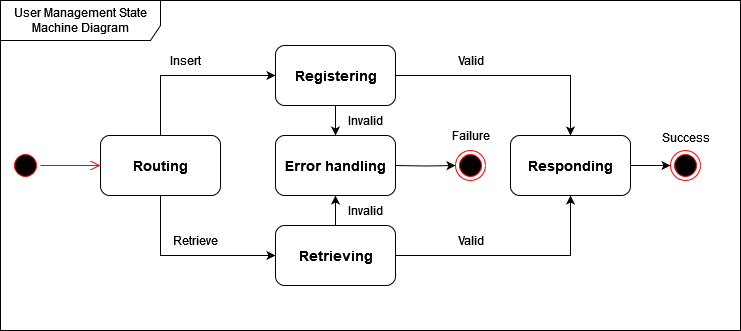
Earlier version of the draw.io export Assets/M3/Notification_SM.drawio.png (uvic-teach/project-m1-team9). Source tidied: cells renumbered, new cells last; positions are measured from the earlier drawing's top-left corner, leaving out a move shared by most shapes.
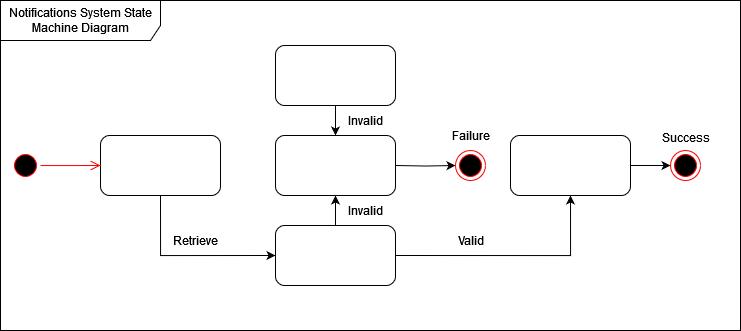
After the change.

Diff of the diagram source:
```diff
@@ -8,27 +8,15 @@
     <mxCell id="3" style="edgeStyle=orthogonalEdgeStyle;rounded=0;jettySize=auto;html=1;exitX=0.5;exitY=1;exitDx=0;exitDy=0;entryX=0;entryY=0.5;entryDx=0;entryDy=0;" parent="1" edge="1" source="5" target="13">
       <mxGeometry relative="1" as="geometry" />
     </mxCell>
-    <mxCell id="4" style="edgeStyle=orthogonalEdgeStyle;rounded=0;jettySize=auto;html=1;exitX=0.5;exitY=0;exitDx=0;exitDy=0;entryX=0;entryY=0.5;entryDx=0;entryDy=0;" parent="1" edge="1" source="5" target="9">
-      <mxGeometry relative="1" as="geometry" />
-    </mxCell>
     <mxCell id="5" style="rounded=1;whiteSpace=wrap;html=1;" parent="1" vertex="1">
       <mxGeometry x="100" y="135" width="120" height="60" as="geometry" />
     </mxCell>
-    <mxCell id="6" value="&lt;font style=&quot;font-size: 14px;&quot;&gt;Routing&lt;/font&gt;" style="text;align=center;fontStyle=1;verticalAlign=middle;spacingLeft=3;spacingRight=3;strokeColor=none;html=1;" parent="1" vertex="1">
-      <mxGeometry x="120" y="152" width="80" height="26" as="geometry" />
-    </mxCell>
-    <mxCell id="7" style="edgeStyle=orthogonalEdgeStyle;rounded=0;jettySize=auto;html=1;exitX=1;exitY=0.5;exitDx=0;exitDy=0;" parent="1" edge="1" source="9" target="16">
-      <mxGeometry relative="1" as="geometry" />
-    </mxCell>
     <mxCell id="8" style="edgeStyle=orthogonalEdgeStyle;rounded=0;jettySize=auto;html=1;exitX=0.5;exitY=1;exitDx=0;exitDy=0;entryX=0.5;entryY=0;entryDx=0;entryDy=0;" parent="1" edge="1" source="9" target="23">
       <mxGeometry relative="1" as="geometry" />
     </mxCell>
     <mxCell id="9" style="rounded=1;whiteSpace=wrap;html=1;" parent="1" vertex="1">
       <mxGeometry x="275" y="45" width="120" height="60" as="geometry" />
     </mxCell>
-    <mxCell id="10" value="&lt;span style=&quot;font-size: 14px;&quot;&gt;Registering&lt;/span&gt;" style="text;align=center;fontStyle=1;verticalAlign=middle;spacingLeft=3;spacingRight=3;strokeColor=none;html=1;" parent="1" vertex="1">
-      <mxGeometry x="295" y="62" width="80" height="26" as="geometry" />
-    </mxCell>
     <mxCell id="11" style="edgeStyle=orthogonalEdgeStyle;rounded=0;jettySize=auto;html=1;exitX=1;exitY=0.5;exitDx=0;exitDy=0;entryX=0.5;entryY=1;entryDx=0;entryDy=0;" parent="1" edge="1" source="13" target="16">
       <mxGeometry relative="1" as="geometry" />
     </mxCell>
@@ -38,39 +26,24 @@
     <mxCell id="13" style="rounded=1;whiteSpace=wrap;html=1;" parent="1" vertex="1">
       <mxGeometry x="275" y="225" width="120" height="60" as="geometry" />
     </mxCell>
-    <mxCell id="14" value="&lt;font style=&quot;font-size: 14px;&quot;&gt;Retrieving&lt;/font&gt;" style="text;align=center;fontStyle=1;verticalAlign=middle;spacingLeft=3;spacingRight=3;strokeColor=none;html=1;" parent="1" vertex="1">
-      <mxGeometry x="295" y="242" width="80" height="26" as="geometry" />
-    </mxCell>
     <mxCell id="15" style="edgeStyle=orthogonalEdgeStyle;rounded=0;jettySize=auto;html=1;exitX=1;exitY=0.5;exitDx=0;exitDy=0;entryX=0;entryY=0.5;entryDx=0;entryDy=0;" parent="1" edge="1" source="16" target="18">
       <mxGeometry relative="1" as="geometry" />
     </mxCell>
     <mxCell id="16" style="rounded=1;whiteSpace=wrap;html=1;" parent="1" vertex="1">
       <mxGeometry x="510" y="135" width="120" height="60" as="geometry" />
     </mxCell>
-    <mxCell id="17" value="&lt;span style=&quot;font-size: 14px;&quot;&gt;Responding&lt;/span&gt;" style="text;align=center;fontStyle=1;verticalAlign=middle;spacingLeft=3;spacingRight=3;strokeColor=none;html=1;" parent="1" vertex="1">
-      <mxGeometry x="530" y="152" width="80" height="26" as="geometry" />
-    </mxCell>
     <mxCell id="18" style="ellipse;html=1;shape=endState;fillColor=#000000;strokeColor=#ff0000;" parent="1" vertex="1">
       <mxGeometry x="670" y="150" width="30" height="30" as="geometry" />
     </mxCell>
-    <mxCell id="19" value="Insert" style="text;html=1;align=center;verticalAlign=middle;strokeColor=none;fillColor=none;" parent="1" vertex="1">
-      <mxGeometry x="160" y="45" width="50" height="30" as="geometry" />
-    </mxCell>
     <mxCell id="20" value="Retrieve" style="text;html=1;align=center;verticalAlign=middle;strokeColor=none;fillColor=none;" parent="1" vertex="1">
       <mxGeometry x="160" y="225" width="70" height="30" as="geometry" />
     </mxCell>
-    <mxCell id="21" value="Valid" style="text;html=1;align=center;verticalAlign=middle;strokeColor=none;fillColor=none;" parent="1" vertex="1">
-      <mxGeometry x="445" y="45" width="50" height="30" as="geometry" />
-    </mxCell>
     <mxCell id="22" value="Invalid" style="text;html=1;align=center;verticalAlign=middle;strokeColor=none;fillColor=none;" parent="1" vertex="1">
       <mxGeometry x="335" y="105" width="60" height="30" as="geometry" />
     </mxCell>
     <mxCell id="23" style="rounded=1;whiteSpace=wrap;html=1;" parent="1" vertex="1">
       <mxGeometry x="275" y="135" width="120" height="60" as="geometry" />
     </mxCell>
-    <mxCell id="24" value="&lt;span style=&quot;font-size: 14px;&quot;&gt;Error handling&lt;/span&gt;" style="text;align=center;fontStyle=1;verticalAlign=middle;spacingLeft=3;spacingRight=3;strokeColor=none;html=1;" parent="1" vertex="1">
-      <mxGeometry x="295" y="152" width="80" height="26" as="geometry" />
-    </mxCell>
     <mxCell id="25" value="Invalid" style="text;html=1;align=center;verticalAlign=middle;strokeColor=none;fillColor=none;" parent="1" vertex="1">
       <mxGeometry x="335" y="195" width="60" height="30" as="geometry" />
     </mxCell>
@@ -99,7 +72,7 @@
         <mxPoint x="100" y="165" as="targetPoint" />
       </mxGeometry>
     </mxCell>
-    <mxCell id="33" value="User Management State Machine Diagram" style="shape=umlFrame;whiteSpace=wrap;html=1;width=160;height=40;" parent="1" vertex="1">
+    <mxCell id="33" value="Notifications System State Machine Diagram" style="shape=umlFrame;whiteSpace=wrap;html=1;width=160;height=40;" parent="1" vertex="1">
       <mxGeometry width="740" height="330" as="geometry" />
     </mxCell>
   </root>
```
